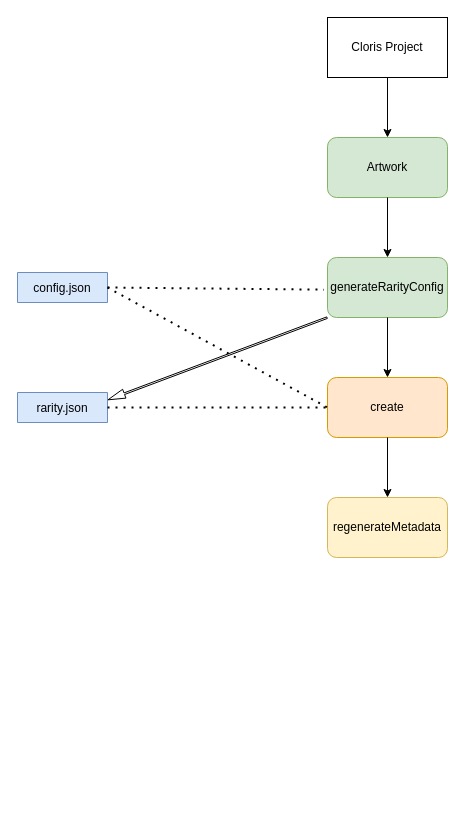
Earlier version of the draw.io diagram ClorisRoadmap.drawio (shaunmsoria/Cloris). Source tidied: cells renumbered, new cells numbered last; positions are measured from the earlier drawing's top-left corner, leaving out a move shared by most shapes. Both pictures are drawn from the tidied source at 100%, with x=0, y=0 at pixel (17, 17).
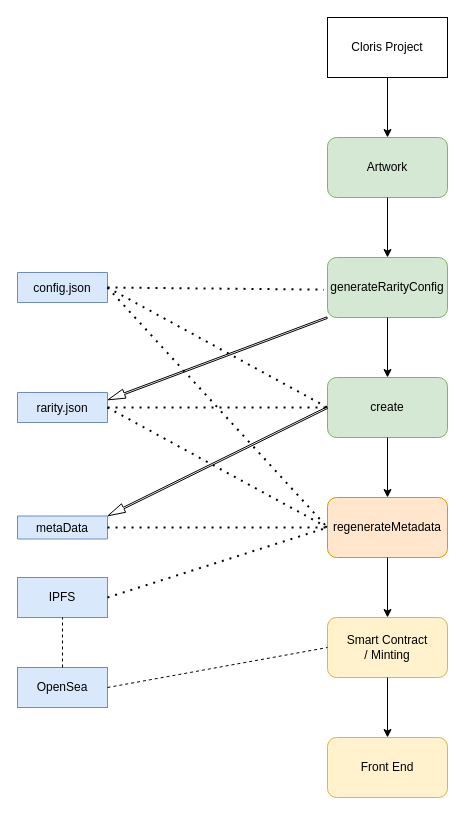
The same page after the edit.

Unchanged cells that the change refers to:
```xml
<mxCell id="7" value="config.json" style="swimlane;fontStyle=0;horizontal=1;startSize=30;fillColor=#dae8fc;strokeColor=#6c8ebf;" parent="1" vertex="1" collapsed="1">
  <mxGeometry y="255" width="90" height="30" as="geometry" />
</mxCell>
<mxCell id="13" value="rarity.json" style="swimlane;fontStyle=0;horizontal=1;startSize=30;fillColor=#dae8fc;strokeColor=#6c8ebf;" parent="1" vertex="1" collapsed="1">
  <mxGeometry y="375" width="90" height="30" as="geometry" />
</mxCell>
```

The edit, as a diff of the source:
```diff
@@
-    <mxCell id="5" value="create" style="rounded=1;whiteSpace=wrap;html=1;fillColor=#ffe6cc;strokeColor=#d79b00;" parent="1" vertex="1">
+    <mxCell id="5" value="create" style="rounded=1;whiteSpace=wrap;html=1;fillColor=#d5e8d4;strokeColor=#82b366;" parent="1" vertex="1">
       <mxGeometry x="310" y="360" width="120" height="60" as="geometry" />
     </mxCell>
-    <mxCell id="6" value="regenerateMetadata" style="rounded=1;whiteSpace=wrap;html=1;fillColor=#fff2cc;strokeColor=#d6b656;" parent="1" vertex="1">
+    <mxCell id="6" value="regenerateMetadata" style="rounded=1;whiteSpace=wrap;html=1;fillColor=#ffe6cc;strokeColor=#d79b00;" parent="1" vertex="1">
       <mxGeometry x="310" y="480" width="120" height="60" as="geometry" />
     </mxCell>
@@
+    <mxCell id="17" value="metaData" style="swimlane;fillColor=#dae8fc;strokeColor=#6c8ebf;fontStyle=0;" parent="1" vertex="1" collapsed="1">
+      <mxGeometry y="498.5" width="90" height="23" as="geometry" />
+    </mxCell>
+    <mxCell id="18" style="shape=flexArrow;endArrow=classic;html=1;rounded=0;entryX=1;entryY=0;entryDx=0;entryDy=0;exitX=0;exitY=0.5;exitDx=0;exitDy=0;width=1.6666666666666667;endSize=5.473333333333334;endWidth=6.777777777777778;" parent="1" edge="1" source="5" target="17">
+      <mxGeometry relative="1" as="geometry" />
+    </mxCell>
+    <mxCell id="19" style="endArrow=none;dashed=1;html=1;dashPattern=1 3;strokeWidth=2;rounded=0;exitX=1;exitY=0.5;exitDx=0;exitDy=0;entryX=0;entryY=0.5;entryDx=0;entryDy=0;" parent="1" edge="1" source="17" target="6">
+      <mxGeometry relative="1" as="geometry" />
+    </mxCell>
+    <mxCell id="20" style="endArrow=none;dashed=1;html=1;dashPattern=1 3;strokeWidth=2;rounded=0;entryX=0;entryY=0.5;entryDx=0;entryDy=0;exitX=1;exitY=0.5;exitDx=0;exitDy=0;" parent="1" edge="1" source="13" target="6">
+      <mxGeometry relative="1" as="geometry" />
+    </mxCell>
+    <mxCell id="21" style="endArrow=none;dashed=1;html=1;dashPattern=1 3;strokeWidth=2;rounded=0;exitX=1;exitY=0.5;exitDx=0;exitDy=0;entryX=0;entryY=0.5;entryDx=0;entryDy=0;" parent="1" edge="1" source="7" target="6">
+      <mxGeometry relative="1" as="geometry" />
+    </mxCell>
+    <mxCell id="22" value="IPFS" style="rounded=0;whiteSpace=wrap;html=1;fillColor=#dae8fc;strokeColor=#6c8ebf;" parent="1" vertex="1">
+      <mxGeometry y="560" width="90" height="40" as="geometry" />
+    </mxCell>
+    <mxCell id="23" style="endArrow=none;dashed=1;html=1;dashPattern=1 3;strokeWidth=2;rounded=0;exitX=1;exitY=0.5;exitDx=0;exitDy=0;entryX=0;entryY=0.5;entryDx=0;entryDy=0;" parent="1" edge="1" source="22" target="6">
+      <mxGeometry relative="1" as="geometry" />
+    </mxCell>
+    <mxCell id="24" value="Smart Contract&lt;br&gt;/ Minting" style="rounded=1;whiteSpace=wrap;html=1;fillColor=#fff2cc;strokeColor=#d6b656;" parent="1" vertex="1">
+      <mxGeometry x="310" y="600" width="120" height="60" as="geometry" />
+    </mxCell>
+    <mxCell id="25" value="Front End" style="rounded=1;whiteSpace=wrap;html=1;fillColor=#fff2cc;strokeColor=#d6b656;" parent="1" vertex="1">
+      <mxGeometry x="310" y="720" width="120" height="60" as="geometry" />
+    </mxCell>
+    <mxCell id="26" value="OpenSea" style="rounded=0;whiteSpace=wrap;html=1;fillColor=#dae8fc;strokeColor=#6c8ebf;" parent="1" vertex="1">
+      <mxGeometry y="650" width="90" height="40" as="geometry" />
+    </mxCell>
+    <mxCell id="27" style="endArrow=none;dashed=1;html=1;rounded=0;exitX=0.5;exitY=0;exitDx=0;exitDy=0;entryX=0.5;entryY=1;entryDx=0;entryDy=0;" parent="1" edge="1" source="26" target="22">
+      <mxGeometry relative="1" as="geometry" />
+    </mxCell>
+    <mxCell id="28" style="endArrow=none;dashed=1;html=1;rounded=0;exitX=1;exitY=0.5;exitDx=0;exitDy=0;entryX=0;entryY=0.5;entryDx=0;entryDy=0;" parent="1" edge="1" source="26" target="24">
+      <mxGeometry relative="1" as="geometry" />
+    </mxCell>
+    <mxCell id="29" style="endArrow=classic;html=1;rounded=0;exitX=0.5;exitY=1;exitDx=0;exitDy=0;" parent="1" edge="1" source="6" target="24">
+      <mxGeometry relative="1" as="geometry" />
+    </mxCell>
+    <mxCell id="30" style="endArrow=classic;html=1;rounded=0;exitX=0.5;exitY=1;exitDx=0;exitDy=0;entryX=0.5;entryY=0;entryDx=0;entryDy=0;" parent="1" edge="1" source="24" target="25">
+      <mxGeometry relative="1" as="geometry" />
+    </mxCell>
```
